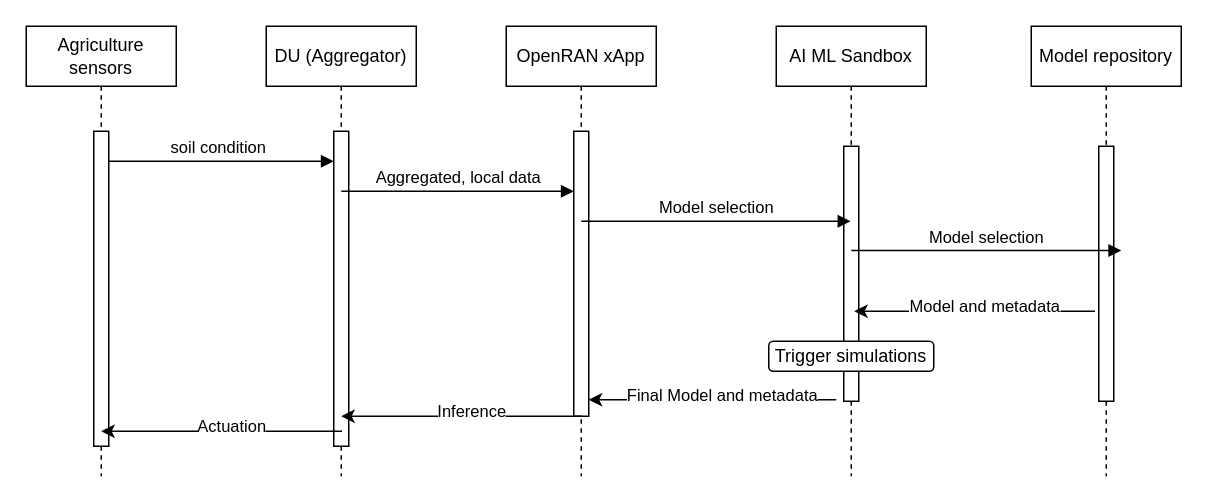
Earlier version of the draw.io diagram Docs/Untitled Diagram.drawio (CrashingGuru/FGAN-Build-a-thon). Source tidied: cells renumbered, new cells numbered last; positions are measured from the earlier drawing's top-left corner, leaving out a move shared by most shapes. Both pictures are drawn from the tidied source at 150%, with x=0, y=0 at pixel (26, 26).
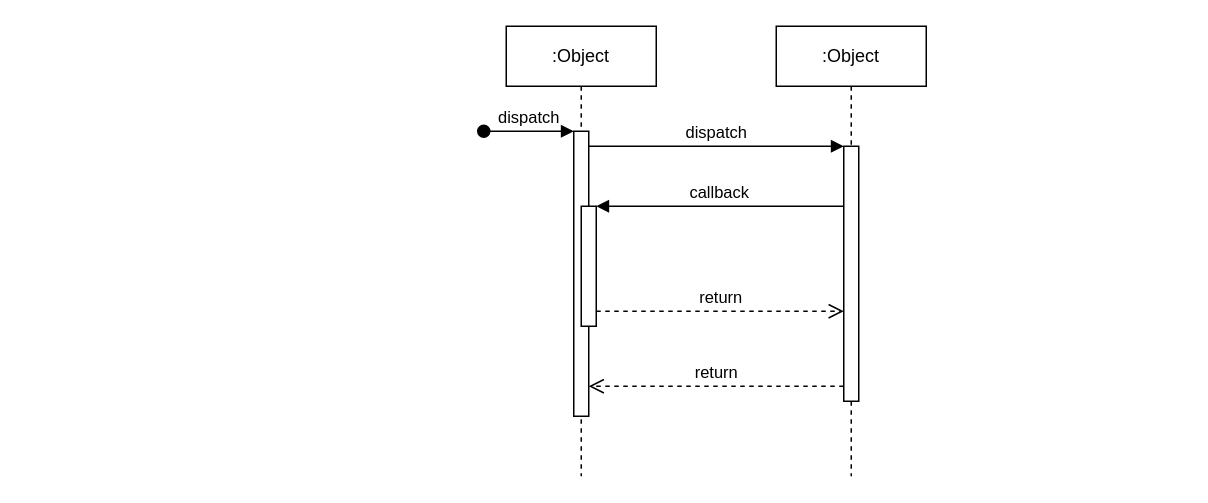
The same diagram, later.

Unchanged cells that the change refers to:
```xml
<mxCell id="3" style="html=1;points=[];perimeter=orthogonalPerimeter;outlineConnect=0;targetShapes=umlLifeline;portConstraint=eastwest;newEdgeStyle={&quot;edgeStyle&quot;:&quot;elbowEdgeStyle&quot;,&quot;elbow&quot;:&quot;vertical&quot;,&quot;curved&quot;:0,&quot;rounded&quot;:0};" parent="2" vertex="1">
  <mxGeometry x="45" y="70" width="10" height="190" as="geometry" />
</mxCell>
<mxCell id="5" style="html=1;points=[];perimeter=orthogonalPerimeter;outlineConnect=0;targetShapes=umlLifeline;portConstraint=eastwest;newEdgeStyle={&quot;edgeStyle&quot;:&quot;elbowEdgeStyle&quot;,&quot;elbow&quot;:&quot;vertical&quot;,&quot;curved&quot;:0,&quot;rounded&quot;:0};" parent="4" vertex="1">
  <mxGeometry x="45" y="80" width="10" height="170" as="geometry" />
</mxCell>
```

The edit, as a diff of the source:
```diff
@@
-    <mxCell id="2" value="OpenRAN xApp" style="shape=umlLifeline;perimeter=lifelinePerimeter;whiteSpace=wrap;html=1;newEdgeStyle={&quot;edgeStyle&quot;:&quot;elbowEdgeStyle&quot;,&quot;elbow&quot;:&quot;vertical&quot;,&quot;curved&quot;:0,&quot;rounded&quot;:0};" parent="1" vertex="1">
+    <mxCell id="2" value=":Object" style="shape=umlLifeline;perimeter=lifelinePerimeter;whiteSpace=wrap;html=1;newEdgeStyle={&quot;edgeStyle&quot;:&quot;elbowEdgeStyle&quot;,&quot;elbow&quot;:&quot;vertical&quot;,&quot;curved&quot;:0,&quot;rounded&quot;:0};" parent="1" vertex="1">
       <mxGeometry x="320" width="100" height="300" as="geometry" />
     </mxCell>
@@
+    <mxCell id="25" value="dispatch" style="html=1;verticalAlign=bottom;startArrow=oval;endArrow=block;startSize=8;edgeStyle=elbowEdgeStyle;elbow=vertical;curved=0;rounded=0;" parent="2" edge="1" target="3">
+      <mxGeometry relative="1" as="geometry">
+        <mxPoint x="-15" y="70" as="sourcePoint" />
+      </mxGeometry>
+    </mxCell>
+    <mxCell id="26" style="html=1;points=[];perimeter=orthogonalPerimeter;outlineConnect=0;targetShapes=umlLifeline;portConstraint=eastwest;newEdgeStyle={&quot;edgeStyle&quot;:&quot;elbowEdgeStyle&quot;,&quot;elbow&quot;:&quot;vertical&quot;,&quot;curved&quot;:0,&quot;rounded&quot;:0};" parent="2" vertex="1">
+      <mxGeometry x="50" y="120" width="10" height="80" as="geometry" />
+    </mxCell>
-    <mxCell id="4" value="AI ML Sandbox" style="shape=umlLifeline;perimeter=lifelinePerimeter;whiteSpace=wrap;html=1;outlineConnect=0;portConstraint=eastwest;newEdgeStyle={&quot;edgeStyle&quot;:&quot;elbowEdgeStyle&quot;,&quot;elbow&quot;:&quot;vertical&quot;,&quot;curved&quot;:0,&quot;rounded&quot;:0};" parent="1" vertex="1">
+    <mxCell id="4" value=":Object" style="shape=umlLifeline;perimeter=lifelinePerimeter;whiteSpace=wrap;html=1;outlineConnect=0;portConstraint=eastwest;newEdgeStyle={&quot;edgeStyle&quot;:&quot;elbowEdgeStyle&quot;,&quot;elbow&quot;:&quot;vertical&quot;,&quot;curved&quot;:0,&quot;rounded&quot;:0};" parent="1" vertex="1">
       <mxGeometry x="500" width="100" height="300" as="geometry" />
     </mxCell>
@@
-    <mxCell id="6" value="soil condition" style="html=1;verticalAlign=bottom;endArrow=block;edgeStyle=elbowEdgeStyle;elbow=horizontal;curved=0;rounded=0;" parent="1" edge="1" target="12">
+    <mxCell id="6" value="dispatch" style="html=1;verticalAlign=bottom;endArrow=block;edgeStyle=elbowEdgeStyle;elbow=vertical;curved=0;rounded=0;" parent="1" edge="1" source="3" target="5">
       <mxGeometry relative="1" as="geometry">
-        <mxPoint x="50" y="90" as="sourcePoint" />
         <Array as="points">
-          <mxPoint x="135" y="90" />
+          <mxPoint x="460" y="80" />
         </Array>
       </mxGeometry>
     </mxCell>
-    <mxCell id="7" value="Model repository" style="shape=umlLifeline;perimeter=lifelinePerimeter;whiteSpace=wrap;html=1;newEdgeStyle={&quot;edgeStyle&quot;:&quot;elbowEdgeStyle&quot;,&quot;elbow&quot;:&quot;vertical&quot;,&quot;curved&quot;:0,&quot;rounded&quot;:0};" parent="1" vertex="1">
-      <mxGeometry x="670" width="100" height="300" as="geometry" />
-    </mxCell>
-    <mxCell id="8" style="html=1;perimeter=orthogonalPerimeter;targetShapes=umlLifeline;newEdgeStyle={&quot;edgeStyle&quot;:&quot;elbowEdgeStyle&quot;,&quot;elbow&quot;:&quot;vertical&quot;,&quot;curved&quot;:0,&quot;rounded&quot;:0};" parent="7" vertex="1">
-      <mxGeometry x="45" y="80" width="10" height="170" as="geometry" />
-    </mxCell>
-    <mxCell id="9" value="Agriculture sensors" style="shape=umlLifeline;perimeter=lifelinePerimeter;whiteSpace=wrap;html=1;newEdgeStyle={&quot;edgeStyle&quot;:&quot;elbowEdgeStyle&quot;,&quot;elbow&quot;:&quot;vertical&quot;,&quot;curved&quot;:0,&quot;rounded&quot;:0};" parent="1" vertex="1">
-      <mxGeometry width="100" height="300" as="geometry" />
-    </mxCell>
-    <mxCell id="10" style="html=1;perimeter=orthogonalPerimeter;targetShapes=umlLifeline;newEdgeStyle={&quot;edgeStyle&quot;:&quot;elbowEdgeStyle&quot;,&quot;elbow&quot;:&quot;vertical&quot;,&quot;curved&quot;:0,&quot;rounded&quot;:0};" parent="9" vertex="1">
-      <mxGeometry x="45" y="70" width="10" height="210" as="geometry" />
-    </mxCell>
-    <mxCell id="11" value="DU (Aggregator)" style="shape=umlLifeline;perimeter=lifelinePerimeter;whiteSpace=wrap;html=1;newEdgeStyle={&quot;edgeStyle&quot;:&quot;elbowEdgeStyle&quot;,&quot;elbow&quot;:&quot;vertical&quot;,&quot;curved&quot;:0,&quot;rounded&quot;:0};" parent="1" vertex="1">
-      <mxGeometry x="160" width="100" height="300" as="geometry" />
-    </mxCell>
-    <mxCell id="12" style="html=1;points=[];perimeter=orthogonalPerimeter;outlineConnect=0;targetShapes=umlLifeline;portConstraint=eastwest;newEdgeStyle={&quot;edgeStyle&quot;:&quot;elbowEdgeStyle&quot;,&quot;elbow&quot;:&quot;vertical&quot;,&quot;curved&quot;:0,&quot;rounded&quot;:0};" parent="11" vertex="1">
-      <mxGeometry x="45" y="70" width="10" height="210" as="geometry" />
-    </mxCell>
-    <mxCell id="13" value="Aggregated, local data" style="html=1;verticalAlign=bottom;endArrow=block;edgeStyle=elbowEdgeStyle;elbow=vertical;curved=0;rounded=0;" parent="1" edge="1">
-      <mxGeometry relative="1" as="geometry">
-        <mxPoint x="210" y="110" as="sourcePoint" />
-        <mxPoint x="365" y="110" as="targetPoint" />
-        <Array as="points">
-          <mxPoint x="295" y="110" />
-        </Array>
-      </mxGeometry>
-    </mxCell>
-    <mxCell id="14" value="Model selection" style="html=1;verticalAlign=bottom;endArrow=block;edgeStyle=elbowEdgeStyle;elbow=vertical;curved=0;rounded=0;" parent="1" edge="1" target="4">
-      <mxGeometry relative="1" as="geometry">
-        <mxPoint x="370" y="130" as="sourcePoint" />
-        <Array as="points">
-          <mxPoint x="455" y="130" />
-        </Array>
-      </mxGeometry>
-    </mxCell>
-    <mxCell id="15" value="Model selection" style="html=1;verticalAlign=bottom;endArrow=block;edgeStyle=elbowEdgeStyle;elbow=vertical;curved=0;rounded=0;" parent="1" edge="1">
-      <mxGeometry relative="1" as="geometry">
-        <mxPoint x="550" y="149.5" as="sourcePoint" />
-        <mxPoint x="730" y="149.5" as="targetPoint" />
-        <Array as="points">
-          <mxPoint x="635" y="149.5" />
-        </Array>
-      </mxGeometry>
-    </mxCell>
-    <mxCell id="16" style="endArrow=classic;html=1;rounded=0;" parent="1" edge="1">
-      <mxGeometry relative="1" as="geometry">
-        <mxPoint x="712.5" y="190" as="sourcePoint" />
-        <mxPoint x="552" y="190" as="targetPoint" />
-      </mxGeometry>
-    </mxCell>
-    <mxCell id="17" value="Model and metadata" style="edgeLabel;html=1;align=center;verticalAlign=middle;" parent="16" vertex="1">
-      <mxGeometry x="0.15" y="-4" relative="1" as="geometry">
-        <mxPoint x="18" as="offset" />
-      </mxGeometry>
-    </mxCell>
-    <mxCell id="18" value="Trigger simulations" style="rounded=1;whiteSpace=wrap;html=1;" parent="1" vertex="1">
-      <mxGeometry x="495" y="210" width="110" height="20" as="geometry" />
-    </mxCell>
-    <mxCell id="19" style="endArrow=classic;html=1;rounded=0;" parent="1" edge="1">
-      <mxGeometry relative="1" as="geometry">
-        <mxPoint x="540" y="249" as="sourcePoint" />
-        <mxPoint x="375" y="249" as="targetPoint" />
-      </mxGeometry>
-    </mxCell>
-    <mxCell id="20" value="Final Model and metadata" style="edgeLabel;html=1;align=center;verticalAlign=middle;" parent="19" vertex="1">
-      <mxGeometry x="0.15" y="-4" relative="1" as="geometry">
-        <mxPoint x="18" as="offset" />
-      </mxGeometry>
-    </mxCell>
-    <mxCell id="21" style="endArrow=classic;html=1;rounded=0;" parent="1" edge="1">
-      <mxGeometry relative="1" as="geometry">
-        <mxPoint x="370.5" y="260" as="sourcePoint" />
-        <mxPoint x="210" y="260" as="targetPoint" />
-      </mxGeometry>
-    </mxCell>
-    <mxCell id="22" value="Inference" style="edgeLabel;html=1;align=center;verticalAlign=middle;" parent="21" vertex="1">
-      <mxGeometry x="0.15" y="-4" relative="1" as="geometry">
-        <mxPoint x="18" as="offset" />
-      </mxGeometry>
-    </mxCell>
-    <mxCell id="23" style="endArrow=classic;html=1;rounded=0;" parent="1" edge="1">
-      <mxGeometry relative="1" as="geometry">
-        <mxPoint x="210.5" y="270" as="sourcePoint" />
-        <mxPoint x="50" y="270" as="targetPoint" />
-      </mxGeometry>
-    </mxCell>
-    <mxCell id="24" value="Actuation" style="edgeLabel;html=1;align=center;verticalAlign=middle;" parent="23" vertex="1">
-      <mxGeometry x="0.15" y="-4" relative="1" as="geometry">
-        <mxPoint x="18" as="offset" />
-      </mxGeometry>
-    </mxCell>
+    <mxCell id="27" value="return" style="html=1;verticalAlign=bottom;endArrow=open;dashed=1;endSize=8;edgeStyle=elbowEdgeStyle;elbow=vertical;curved=0;rounded=0;" parent="1" edge="1" source="5" target="3">
+      <mxGeometry relative="1" as="geometry">
+        <Array as="points">
+          <mxPoint x="470" y="240" />
+        </Array>
+      </mxGeometry>
+    </mxCell>
+    <mxCell id="28" value="callback" style="html=1;verticalAlign=bottom;endArrow=block;edgeStyle=elbowEdgeStyle;elbow=vertical;curved=0;rounded=0;" parent="1" edge="1" source="5" target="26">
+      <mxGeometry relative="1" as="geometry">
+        <Array as="points">
+          <mxPoint x="470" y="120" />
+        </Array>
+      </mxGeometry>
+    </mxCell>
+    <mxCell id="29" value="return" style="html=1;verticalAlign=bottom;endArrow=open;dashed=1;endSize=8;edgeStyle=elbowEdgeStyle;elbow=vertical;curved=0;rounded=0;" parent="1" edge="1" source="26" target="5">
+      <mxGeometry relative="1" as="geometry">
+        <Array as="points">
+          <mxPoint x="460" y="190" />
+        </Array>
+      </mxGeometry>
+    </mxCell>
```
